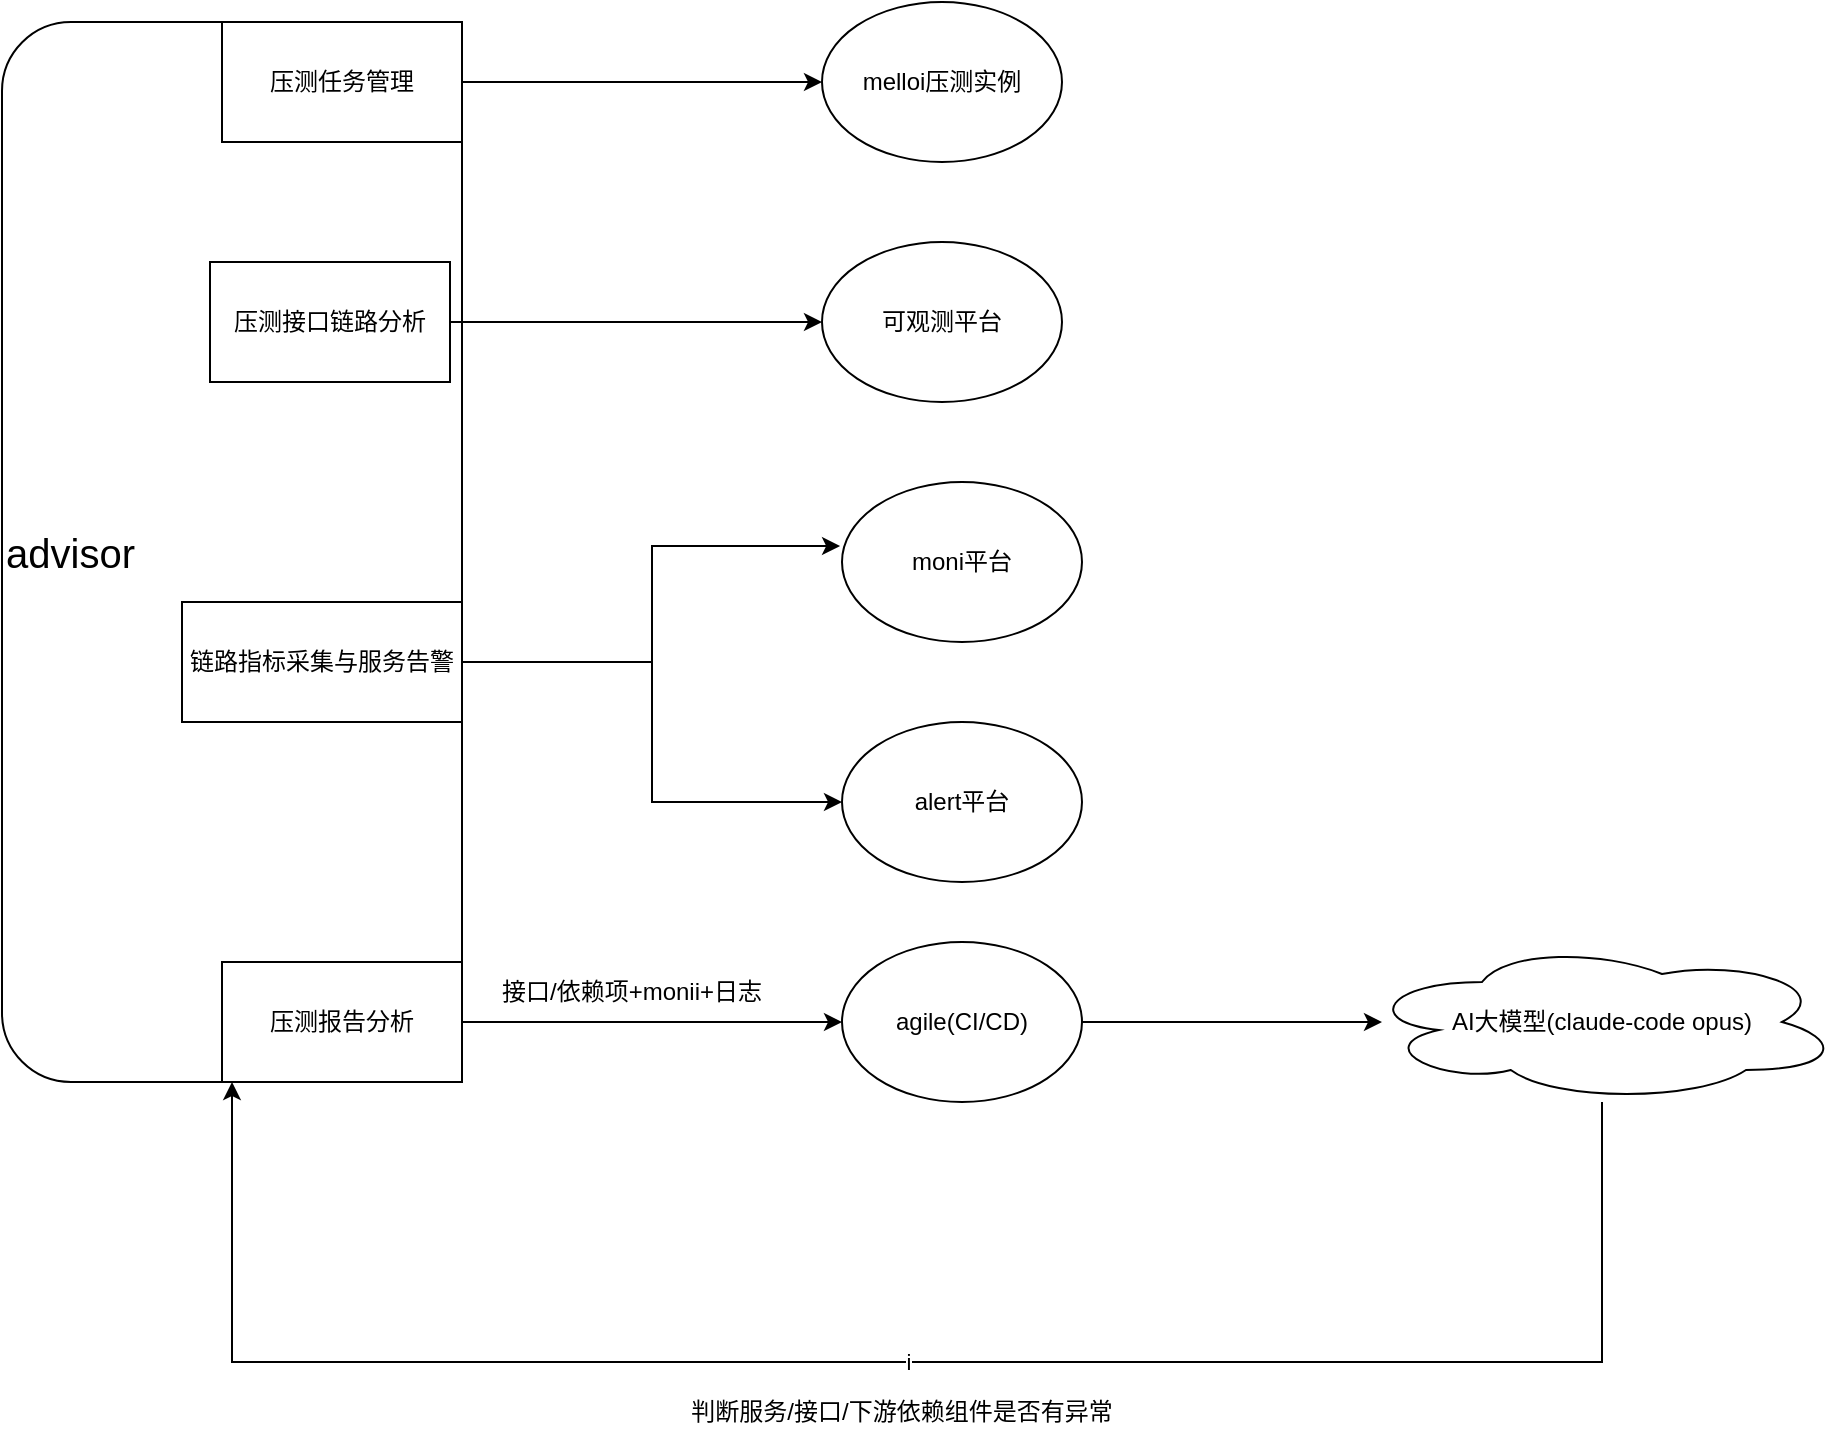
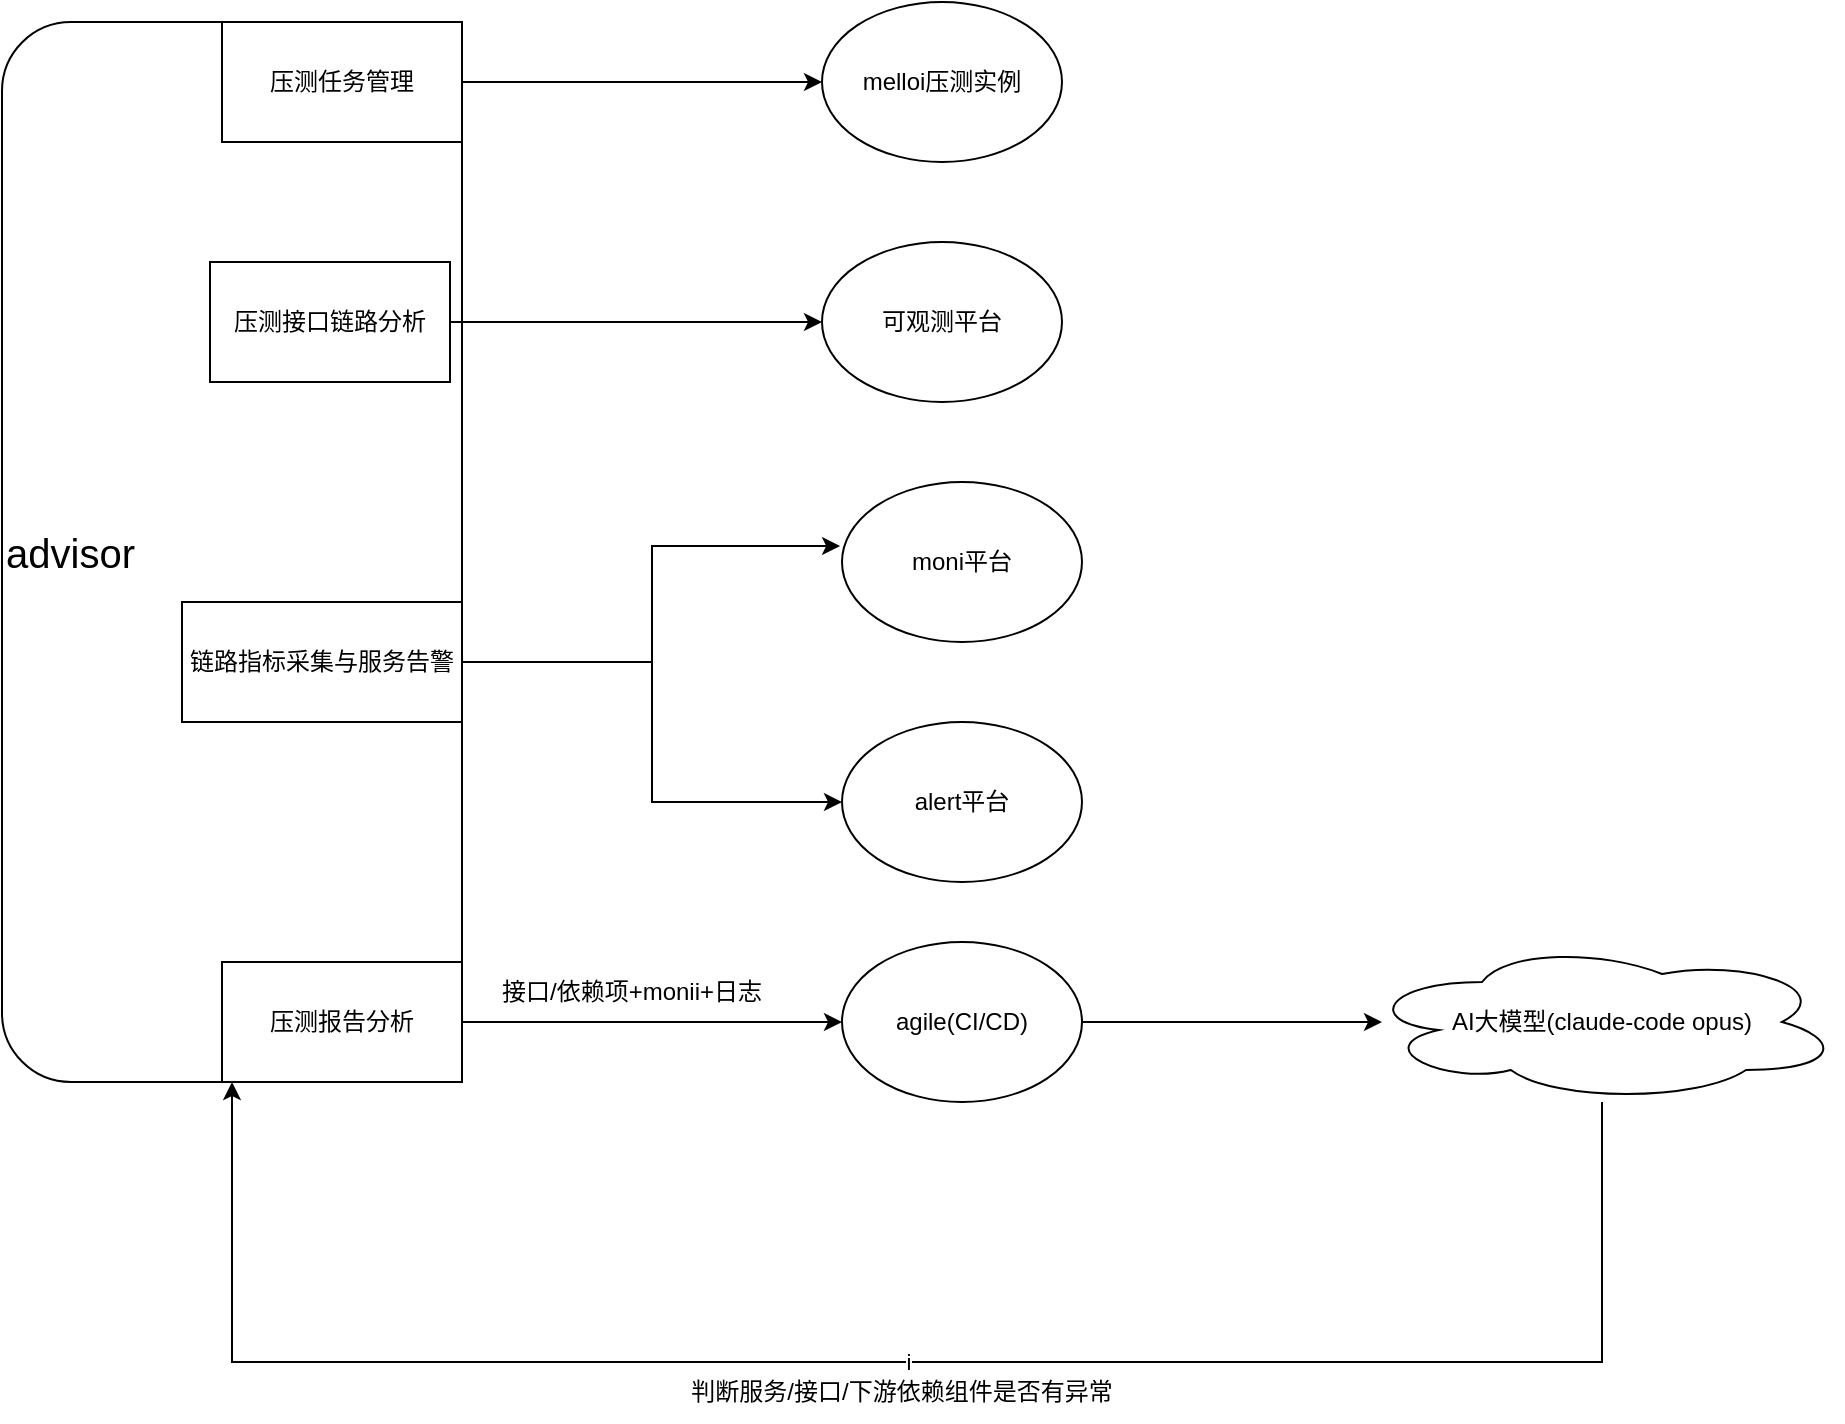
<mxfile host="app.diagrams.net" agent="Mozilla/5.0 (Macintosh; Intel Mac OS X 10_15_7) AppleWebKit/537.36 (KHTML, like Gecko) Chrome/148.0.0.0 Safari/537.36" version="29.2.9">
  <diagram name="第 1 页" id="uCcF8c7Y-oyDx25jCVq8">
    <mxGraphModel dx="1234" dy="790" grid="1" gridSize="10" guides="1" tooltips="1" connect="1" arrows="1" fold="1" page="1" pageScale="1" pageWidth="827" pageHeight="1169" math="0" shadow="0">
      <root>
        <mxCell id="0" />
        <mxCell id="1" parent="0" />
        <mxCell id="aWUngX9W530Vd7qhPuu2-1" parent="1" style="rounded=1;whiteSpace=wrap;html=1;align=left;" value="&lt;span style=&quot;font-size: 20px;&quot;&gt;advisor&lt;/span&gt;" vertex="1">
          <mxGeometry height="530" width="230" x="250" y="360" as="geometry" />
        </mxCell>
        <mxCell id="aWUngX9W530Vd7qhPuu2-6" edge="1" parent="1" source="aWUngX9W530Vd7qhPuu2-2" style="edgeStyle=orthogonalEdgeStyle;rounded=0;orthogonalLoop=1;jettySize=auto;html=1;entryX=0;entryY=0.5;entryDx=0;entryDy=0;" target="aWUngX9W530Vd7qhPuu2-5">
          <mxGeometry relative="1" as="geometry" />
        </mxCell>
        <mxCell id="aWUngX9W530Vd7qhPuu2-2" parent="1" style="rounded=0;whiteSpace=wrap;html=1;" value="压测任务管理" vertex="1">
          <mxGeometry height="60" width="120" x="360" y="360" as="geometry" />
        </mxCell>
        <mxCell id="aWUngX9W530Vd7qhPuu2-5" parent="1" style="ellipse;whiteSpace=wrap;html=1;" value="melloi压测实例" vertex="1">
          <mxGeometry height="80" width="120" x="660" y="350" as="geometry" />
        </mxCell>
        <mxCell id="aWUngX9W530Vd7qhPuu2-10" edge="1" parent="1" source="aWUngX9W530Vd7qhPuu2-8" style="edgeStyle=orthogonalEdgeStyle;rounded=0;orthogonalLoop=1;jettySize=auto;html=1;entryX=0;entryY=0.5;entryDx=0;entryDy=0;" target="aWUngX9W530Vd7qhPuu2-9">
          <mxGeometry relative="1" as="geometry" />
        </mxCell>
        <mxCell id="aWUngX9W530Vd7qhPuu2-8" parent="1" style="rounded=0;whiteSpace=wrap;html=1;" value="压测接口链路分析" vertex="1">
          <mxGeometry height="60" width="120" x="354" y="480" as="geometry" />
        </mxCell>
        <mxCell id="aWUngX9W530Vd7qhPuu2-9" parent="1" style="ellipse;whiteSpace=wrap;html=1;" value="可观测平台" vertex="1">
          <mxGeometry height="80" width="120" x="660" y="470" as="geometry" />
        </mxCell>
        <mxCell id="aWUngX9W530Vd7qhPuu2-16" edge="1" parent="1" source="aWUngX9W530Vd7qhPuu2-11" style="edgeStyle=orthogonalEdgeStyle;rounded=0;orthogonalLoop=1;jettySize=auto;html=1;entryX=0;entryY=0.5;entryDx=0;entryDy=0;" target="aWUngX9W530Vd7qhPuu2-14">
          <mxGeometry relative="1" as="geometry" />
        </mxCell>
        <mxCell id="aWUngX9W530Vd7qhPuu2-11" parent="1" style="rounded=0;whiteSpace=wrap;html=1;" value="链路指标采集与服务告警" vertex="1">
          <mxGeometry height="60" width="140" x="340" y="650" as="geometry" />
        </mxCell>
        <mxCell id="aWUngX9W530Vd7qhPuu2-13" parent="1" style="ellipse;whiteSpace=wrap;html=1;" value="moni平台" vertex="1">
          <mxGeometry height="80" width="120" x="670" y="590" as="geometry" />
        </mxCell>
        <mxCell id="aWUngX9W530Vd7qhPuu2-14" parent="1" style="ellipse;whiteSpace=wrap;html=1;" value="alert平台" vertex="1">
          <mxGeometry height="80" width="120" x="670" y="710" as="geometry" />
        </mxCell>
        <mxCell id="aWUngX9W530Vd7qhPuu2-15" edge="1" parent="1" source="aWUngX9W530Vd7qhPuu2-11" style="edgeStyle=orthogonalEdgeStyle;rounded=0;orthogonalLoop=1;jettySize=auto;html=1;entryX=-0.008;entryY=0.4;entryDx=0;entryDy=0;entryPerimeter=0;" target="aWUngX9W530Vd7qhPuu2-13">
          <mxGeometry relative="1" as="geometry" />
        </mxCell>
        <mxCell id="aWUngX9W530Vd7qhPuu2-19" edge="1" parent="1" source="aWUngX9W530Vd7qhPuu2-17" style="edgeStyle=orthogonalEdgeStyle;rounded=0;orthogonalLoop=1;jettySize=auto;html=1;" target="aWUngX9W530Vd7qhPuu2-18">
          <mxGeometry relative="1" as="geometry" />
        </mxCell>
        <mxCell id="aWUngX9W530Vd7qhPuu2-17" parent="1" style="rounded=0;whiteSpace=wrap;html=1;" value="压测报告分析" vertex="1">
          <mxGeometry height="60" width="120" x="360" y="830" as="geometry" />
        </mxCell>
        <mxCell id="aWUngX9W530Vd7qhPuu2-22" edge="1" parent="1" source="aWUngX9W530Vd7qhPuu2-18" style="edgeStyle=orthogonalEdgeStyle;rounded=0;orthogonalLoop=1;jettySize=auto;html=1;">
          <mxGeometry relative="1" as="geometry">
            <mxPoint x="940" y="860" as="targetPoint" />
          </mxGeometry>
        </mxCell>
        <mxCell id="aWUngX9W530Vd7qhPuu2-18" parent="1" style="ellipse;whiteSpace=wrap;html=1;" value="agile(CI/CD)" vertex="1">
          <mxGeometry height="80" width="120" x="670" y="820" as="geometry" />
        </mxCell>
        <mxCell id="aWUngX9W530Vd7qhPuu2-21" parent="1" style="text;html=1;whiteSpace=wrap;strokeColor=none;fillColor=none;align=center;verticalAlign=middle;rounded=0;" value="接口/依赖项+monii+日志" vertex="1">
          <mxGeometry height="30" width="190" x="470" y="830" as="geometry" />
        </mxCell>
        <mxCell id="aWUngX9W530Vd7qhPuu2-24" edge="1" parent="1" source="aWUngX9W530Vd7qhPuu2-23" style="edgeStyle=orthogonalEdgeStyle;rounded=0;orthogonalLoop=1;jettySize=auto;html=1;entryX=0.5;entryY=1;entryDx=0;entryDy=0;" target="aWUngX9W530Vd7qhPuu2-1" value="i">
          <mxGeometry relative="1" as="geometry">
            <Array as="points">
              <mxPoint x="1050" y="1030" />
              <mxPoint x="365" y="1030" />
            </Array>
          </mxGeometry>
        </mxCell>
        <mxCell id="aWUngX9W530Vd7qhPuu2-23" parent="1" style="ellipse;shape=cloud;whiteSpace=wrap;html=1;" value="AI大模型(claude-code opus)" vertex="1">
          <mxGeometry height="80" width="240" x="930" y="820" as="geometry" />
        </mxCell>
        <mxCell id="aWUngX9W530Vd7qhPuu2-25" parent="1" style="text;html=1;whiteSpace=wrap;strokeColor=none;fillColor=none;align=center;verticalAlign=middle;rounded=0;" value="判断服务/接口/下游依赖组件是否有异常" vertex="1">
-           <mxGeometry height="30" width="280" x="560" y="1040" as="geometry" />
+           <mxGeometry height="30" width="280" x="560" y="1030" as="geometry" />
        </mxCell>
      </root>
    </mxGraphModel>
  </diagram>
</mxfile>
